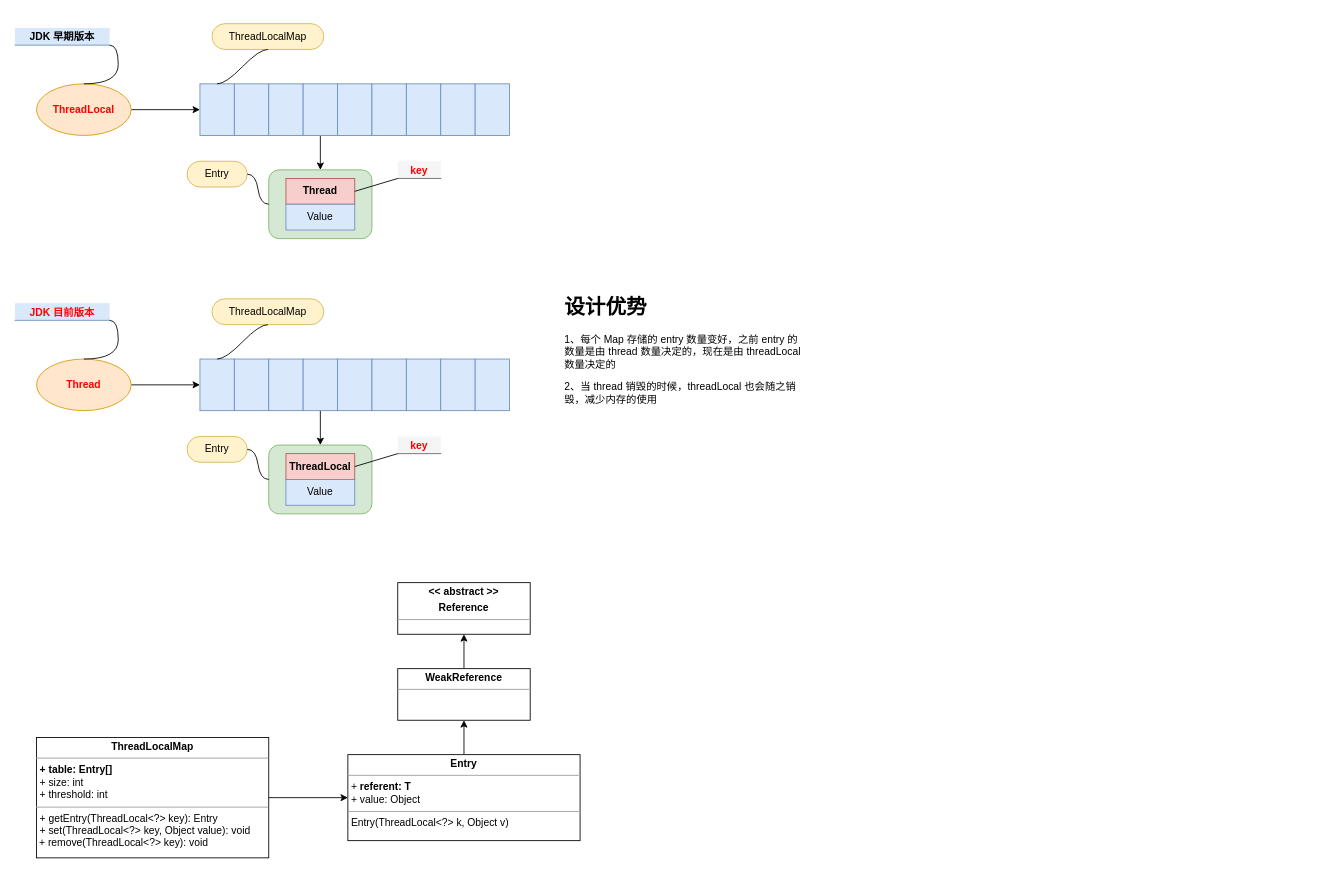
This is juc/ThreadLocal.drawio from thebesteric/draw.io, a draw.io file, before an edit. Source tidied: cells renumbered, new cells numbered last; positions are measured from the earlier drawing's top-left corner, leaving out a move shared by most shapes. Both pictures are drawn from the tidied source at 86%, with x=0, y=0 at pixel (15, 23).
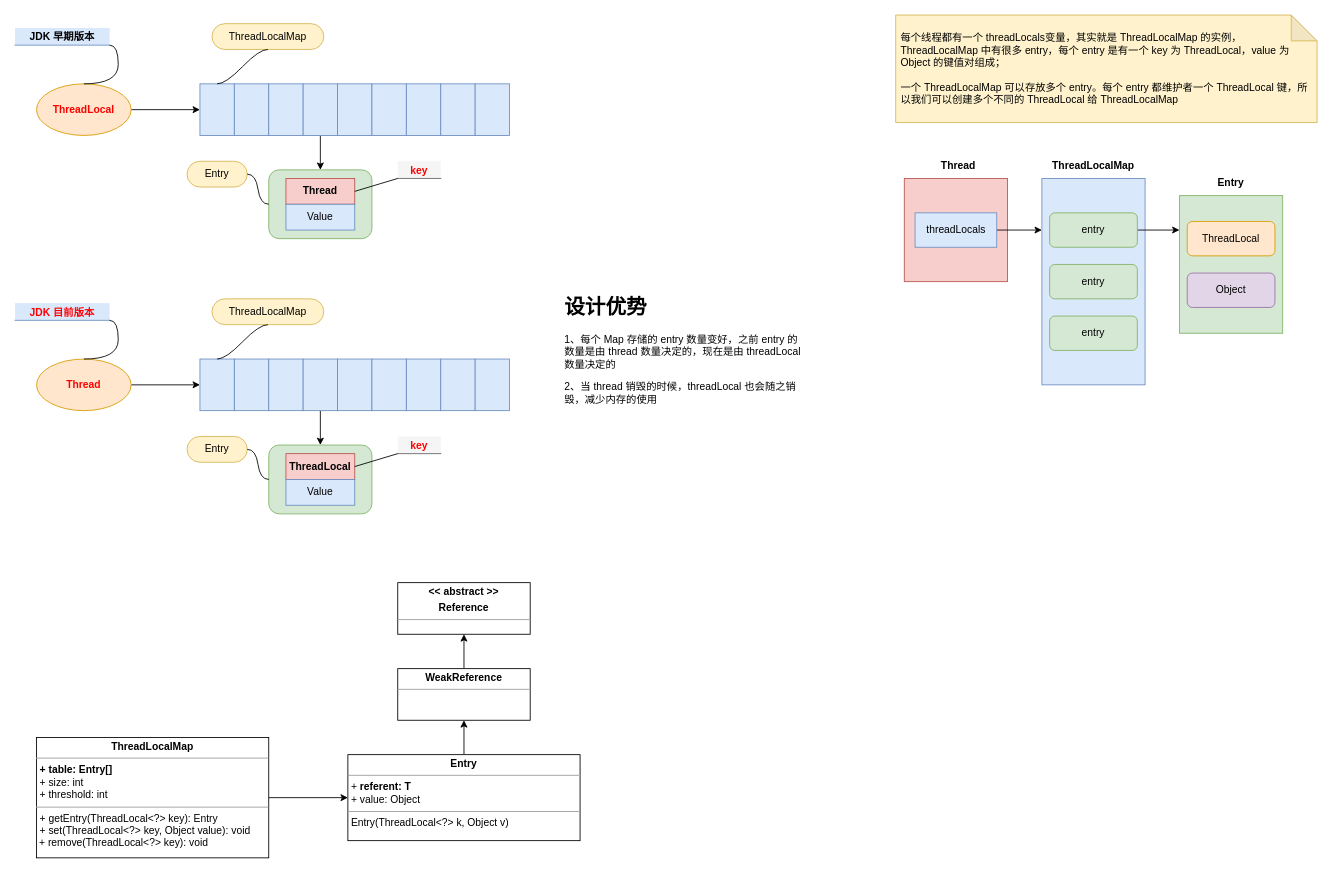
After the change.

The edit, as a diff of the source:
```diff
@@
+    <mxCell id="56" style="rounded=0;whiteSpace=wrap;html=1;fillColor=#f8cecc;strokeColor=#b85450;" parent="1" vertex="1">
+      <mxGeometry x="1034" y="180" width="120" height="120" as="geometry" />
+    </mxCell>
+    <mxCell id="57" value="ThreadLocalMap" style="text;html=1;strokeColor=none;fillColor=none;align=center;verticalAlign=middle;whiteSpace=wrap;rounded=0;fontStyle=1;" parent="1" vertex="1">
+      <mxGeometry x="1209" y="150" width="90" height="30" as="geometry" />
+    </mxCell>
+    <mxCell id="58" style="edgeStyle=orthogonalEdgeStyle;rounded=0;jettySize=auto;html=1;exitX=1;exitY=0.5;exitDx=0;exitDy=0;entryX=0;entryY=0.25;entryDx=0;entryDy=0;" parent="1" edge="1" source="59" target="61">
+      <mxGeometry relative="1" as="geometry" />
+    </mxCell>
+    <mxCell id="59" value="threadLocals" style="rounded=0;whiteSpace=wrap;html=1;fillColor=#dae8fc;strokeColor=#6c8ebf;" parent="1" vertex="1">
+      <mxGeometry x="1046.5" y="220" width="95" height="40" as="geometry" />
+    </mxCell>
+    <mxCell id="60" value="Thread" style="text;html=1;strokeColor=none;fillColor=none;align=center;verticalAlign=middle;whiteSpace=wrap;rounded=0;fontStyle=1;" parent="1" vertex="1">
+      <mxGeometry x="1051.5" y="150" width="90" height="30" as="geometry" />
+    </mxCell>
+    <mxCell id="61" style="rounded=0;whiteSpace=wrap;html=1;fillColor=#dae8fc;strokeColor=#6c8ebf;" parent="1" vertex="1">
+      <mxGeometry x="1194" y="180" width="120" height="240" as="geometry" />
+    </mxCell>
+    <mxCell id="62" style="edgeStyle=orthogonalEdgeStyle;rounded=0;jettySize=auto;html=1;exitX=1;exitY=0.5;exitDx=0;exitDy=0;entryX=0;entryY=0.25;entryDx=0;entryDy=0;" parent="1" edge="1" source="63" target="66">
+      <mxGeometry relative="1" as="geometry" />
+    </mxCell>
+    <mxCell id="63" value="entry" style="rounded=1;whiteSpace=wrap;html=1;fillColor=#d5e8d4;strokeColor=#82b366;" parent="1" vertex="1">
+      <mxGeometry x="1203" y="220" width="102" height="40" as="geometry" />
+    </mxCell>
+    <mxCell id="64" value="entry" style="rounded=1;whiteSpace=wrap;html=1;fillColor=#d5e8d4;strokeColor=#82b366;" parent="1" vertex="1">
+      <mxGeometry x="1203" y="280" width="102" height="40" as="geometry" />
+    </mxCell>
+    <mxCell id="65" value="entry" style="rounded=1;whiteSpace=wrap;html=1;fillColor=#d5e8d4;strokeColor=#82b366;" parent="1" vertex="1">
+      <mxGeometry x="1203" y="340" width="102" height="40" as="geometry" />
+    </mxCell>
+    <mxCell id="66" style="rounded=0;whiteSpace=wrap;html=1;fillColor=#d5e8d4;strokeColor=#82b366;" parent="1" vertex="1">
+      <mxGeometry x="1354" y="200" width="120" height="160" as="geometry" />
+    </mxCell>
+    <mxCell id="67" value="ThreadLocal" style="rounded=1;whiteSpace=wrap;html=1;fillColor=#ffe6cc;strokeColor=#d79b00;" parent="1" vertex="1">
+      <mxGeometry x="1363" y="230" width="102" height="40" as="geometry" />
+    </mxCell>
+    <mxCell id="68" value="Object" style="rounded=1;whiteSpace=wrap;html=1;fillColor=#e1d5e7;strokeColor=#9673a6;" parent="1" vertex="1">
+      <mxGeometry x="1363" y="290" width="102" height="40" as="geometry" />
+    </mxCell>
+    <mxCell id="69" value="Entry" style="text;html=1;strokeColor=none;fillColor=none;align=center;verticalAlign=middle;whiteSpace=wrap;rounded=0;fontStyle=1;" parent="1" vertex="1">
+      <mxGeometry x="1369" y="170" width="90" height="30" as="geometry" />
+    </mxCell>
+    <mxCell id="70" value="每个线程都有一个 threadLocals变量，其实就是 ThreadLocalMap 的实例，ThreadLocalMap 中有很多 entry，每个 entry 是有一个 key 为 ThreadLocal，value 为 Object 的键值对组成；&lt;br&gt;&lt;br&gt;一个&amp;nbsp;ThreadLocalMap 可以存放多个 entry。每个 entry 都维护者一个 ThreadLocal 键，所以我们可以创建多个不同的 ThreadLocal 给&amp;nbsp;ThreadLocalMap" style="shape=note;whiteSpace=wrap;html=1;backgroundOutline=1;darkOpacity=0.05;fillColor=#fff2cc;strokeColor=#d6b656;align=left;spacingLeft=0;spacingRight=0;spacing=6;" parent="1" vertex="1">
+      <mxGeometry x="1024" y="-10" width="490" height="125" as="geometry" />
+    </mxCell>
```
